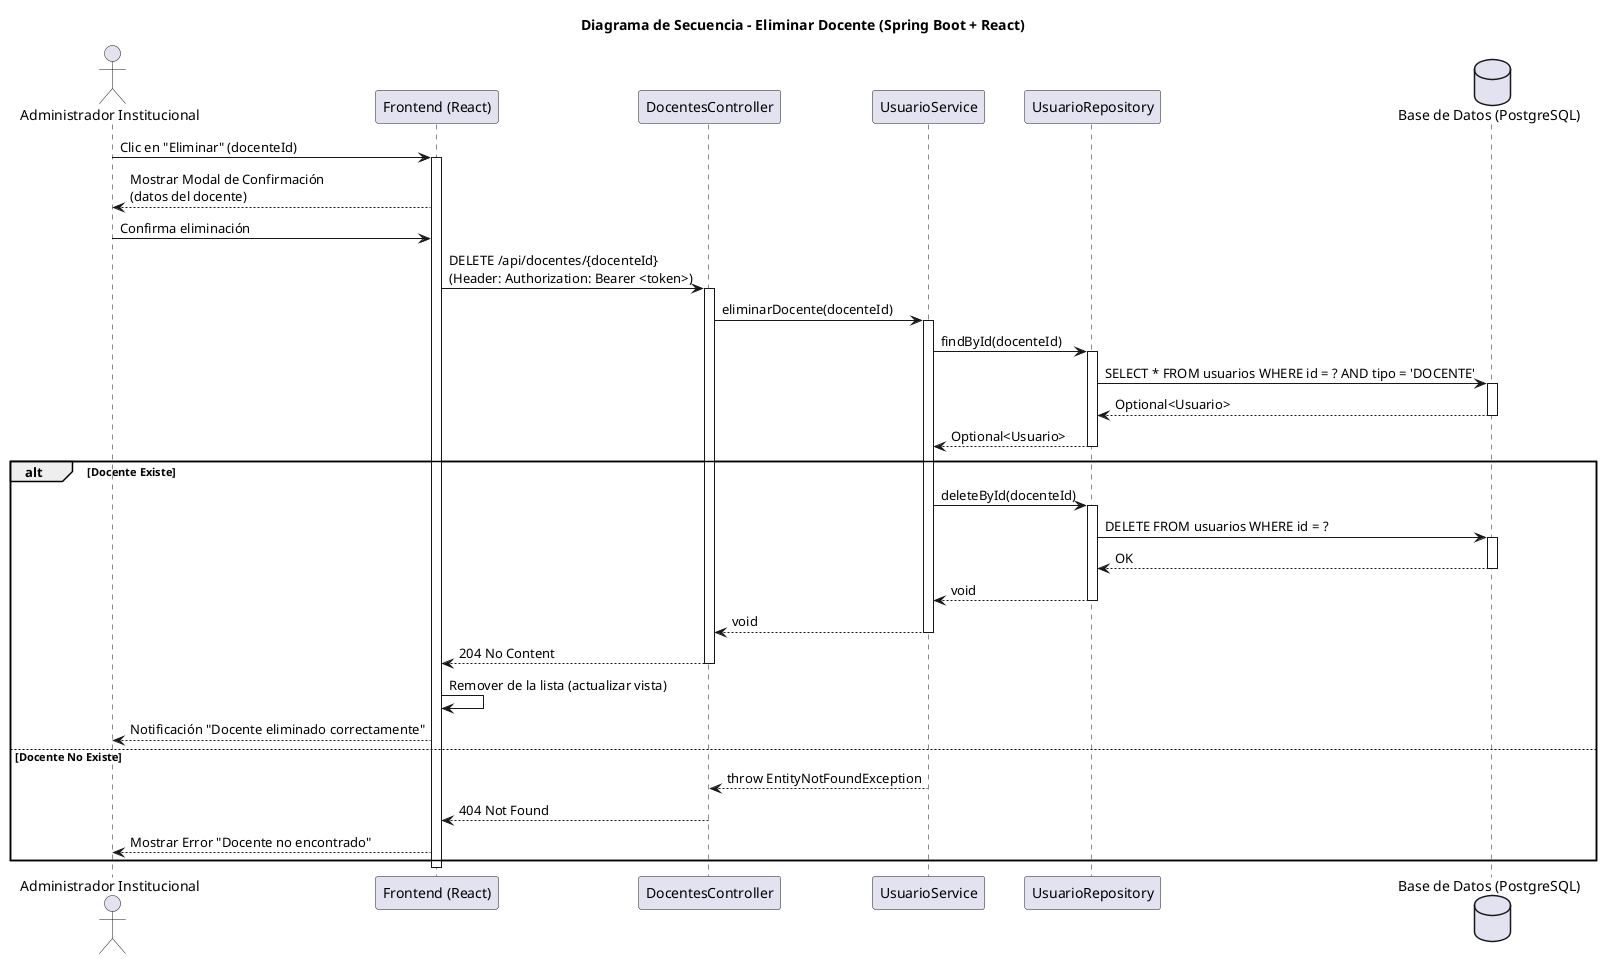
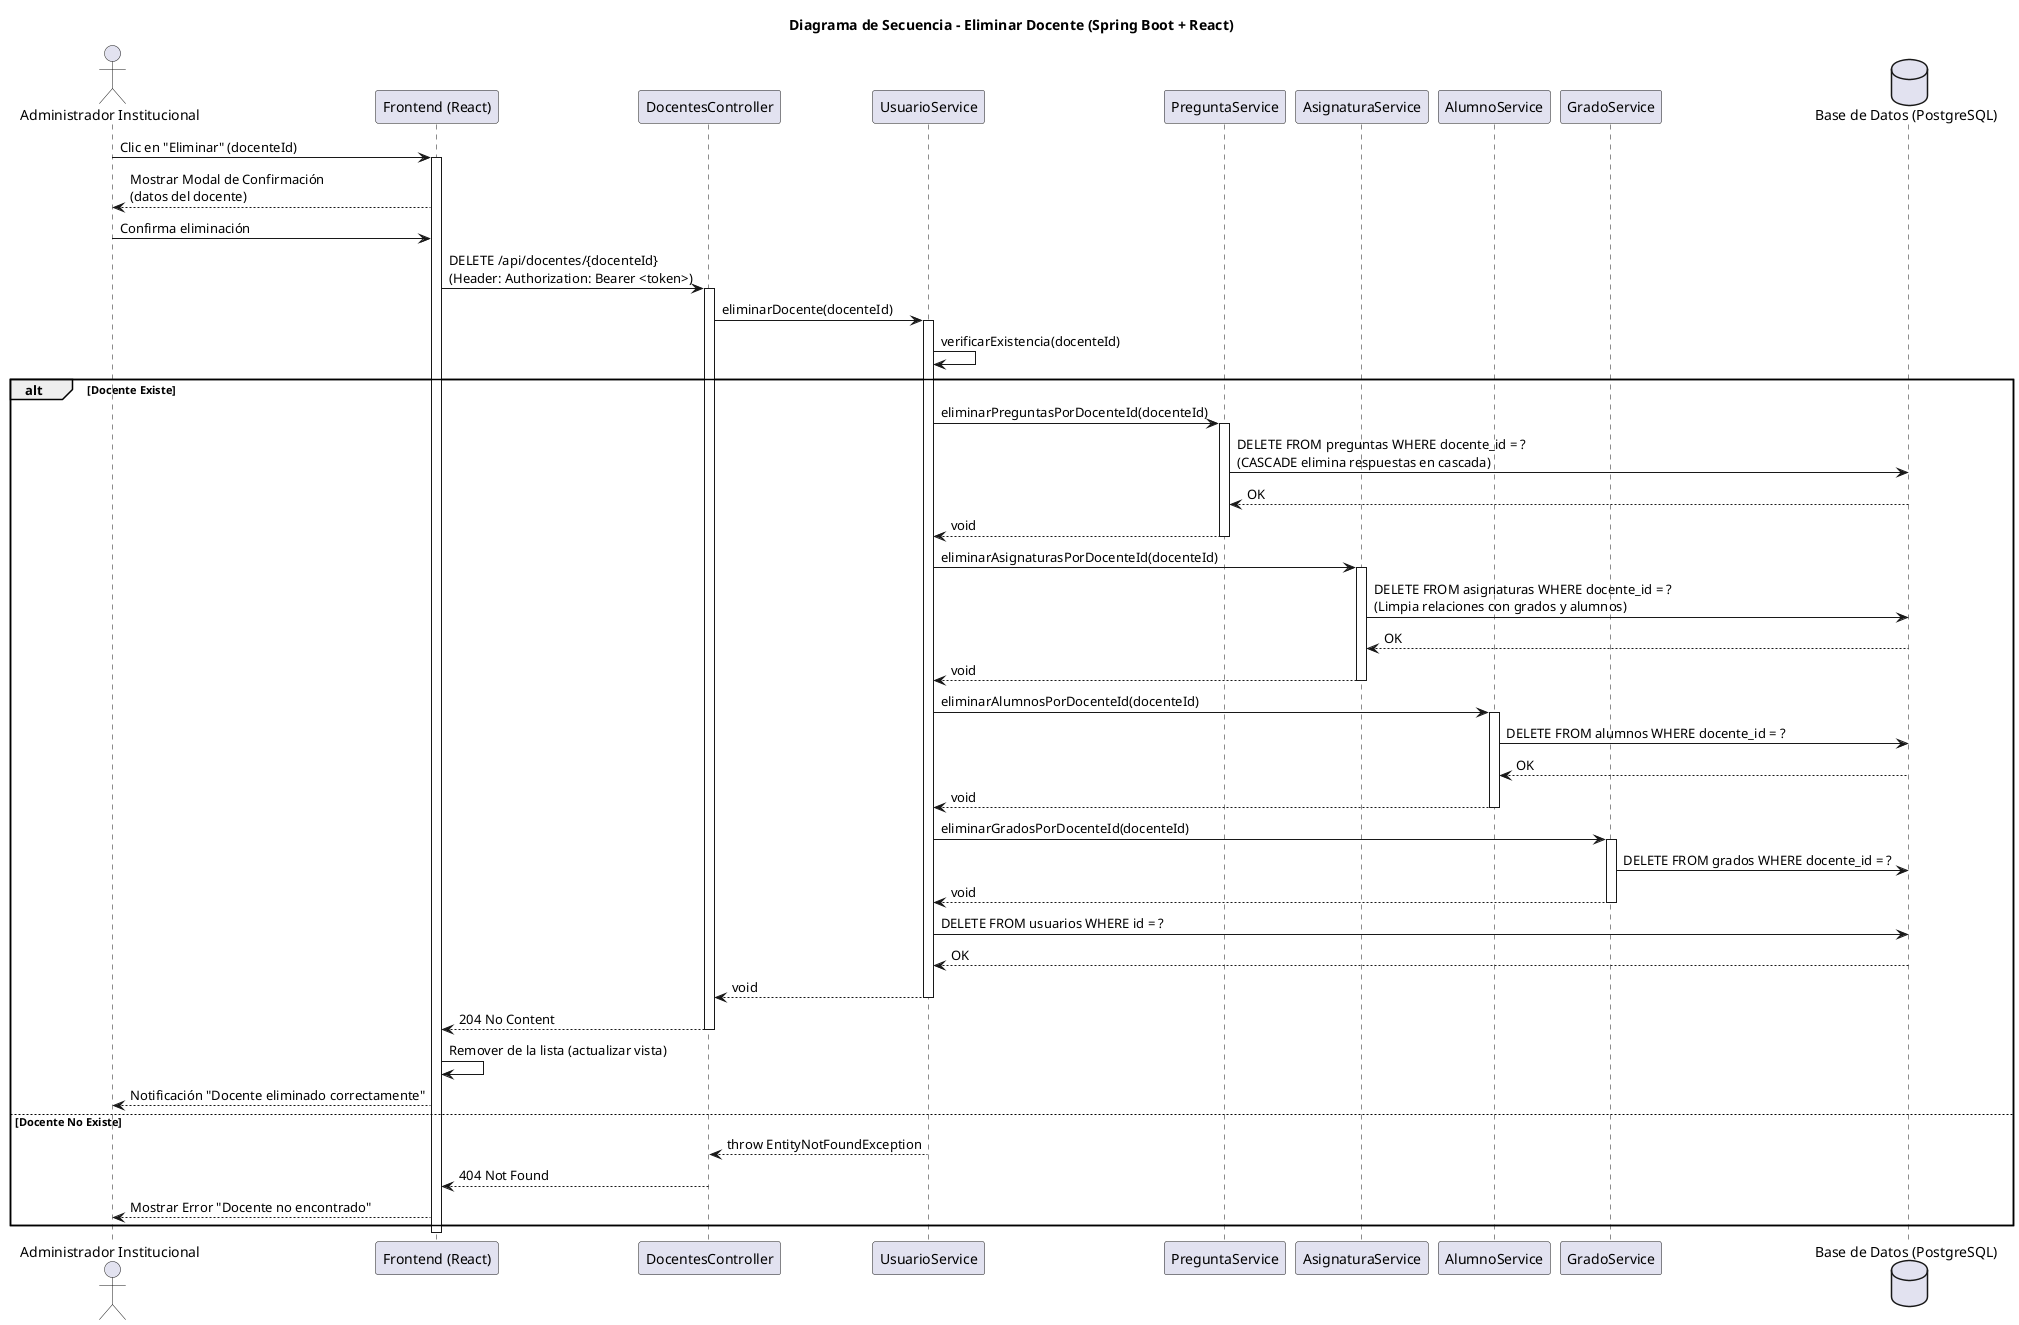
@startuml
title Diagrama de Secuencia - Eliminar Docente (Spring Boot + React)

actor "Administrador Institucional" as Admin
participant "Frontend (React)" as FE
participant "DocentesController" as Controller
participant "UsuarioService" as Service
- participant "UsuarioRepository" as Repo
+ participant "PreguntaService" as PreguntaService
+ participant "AsignaturaService" as AsignaturaService
+ participant "AlumnoService" as AlumnoService
+ participant "GradoService" as GradoService
database "Base de Datos (PostgreSQL)" as DB

Admin -> FE: Clic en "Eliminar" (docenteId)
activate FE
FE --> Admin: Mostrar Modal de Confirmación\n(datos del docente)
Admin -> FE: Confirma eliminación
FE -> Controller: DELETE /api/docentes/{docenteId}\n(Header: Authorization: Bearer <token>)
activate Controller
Controller -> Service: eliminarDocente(docenteId)
activate Service
- Service -> Repo: findById(docenteId)
- activate Repo
- Repo -> DB: SELECT * FROM usuarios WHERE id = ? AND tipo = 'DOCENTE'
- activate DB
- DB --> Repo: Optional<Usuario>
- deactivate DB
- Repo --> Service: Optional<Usuario>
- deactivate Repo
+ 
+ Service -> Service: verificarExistencia(docenteId)
+ 
alt Docente Existe
-     Service -> Repo: deleteById(docenteId)
-     activate Repo
-     Repo -> DB: DELETE FROM usuarios WHERE id = ?
-     activate DB
-     DB --> Repo: OK
-     deactivate DB
-     Repo --> Service: void
-     deactivate Repo
+ 
+     Service -> PreguntaService: eliminarPreguntasPorDocenteId(docenteId)
+     activate PreguntaService
+     PreguntaService -> DB: DELETE FROM preguntas WHERE docente_id = ?\n(CASCADE elimina respuestas en cascada)
+     DB --> PreguntaService: OK
+     PreguntaService --> Service: void
+     deactivate PreguntaService
+ 
+     Service -> AsignaturaService: eliminarAsignaturasPorDocenteId(docenteId)
+     activate AsignaturaService
+     AsignaturaService -> DB: DELETE FROM asignaturas WHERE docente_id = ?\n(Limpia relaciones con grados y alumnos)
+     DB --> AsignaturaService: OK
+     AsignaturaService --> Service: void
+     deactivate AsignaturaService
+ 
+     Service -> AlumnoService: eliminarAlumnosPorDocenteId(docenteId)
+     activate AlumnoService
+     AlumnoService -> DB: DELETE FROM alumnos WHERE docente_id = ?
+     DB --> AlumnoService: OK
+     AlumnoService --> Service: void
+     deactivate AlumnoService
+ 
+     Service -> GradoService: eliminarGradosPorDocenteId(docenteId)
+     activate GradoService
+     GradoService -> DB: DELETE FROM grados WHERE docente_id = ?
+     GradoService --> Service: void
+     deactivate GradoService
+ 
+     Service -> DB: DELETE FROM usuarios WHERE id = ?
+     DB --> Service: OK
+ 
    Service --> Controller: void
    deactivate Service
    Controller --> FE: 204 No Content
    deactivate Controller
    FE -> FE: Remover de la lista (actualizar vista)
    FE --> Admin: Notificación "Docente eliminado correctamente"
+ 
else Docente No Existe
    Service --> Controller: throw EntityNotFoundException
    deactivate Service
    Controller --> FE: 404 Not Found
    deactivate Controller
    FE --> Admin: Mostrar Error "Docente no encontrado"
end
deactivate FE
+ 
+ @enduml